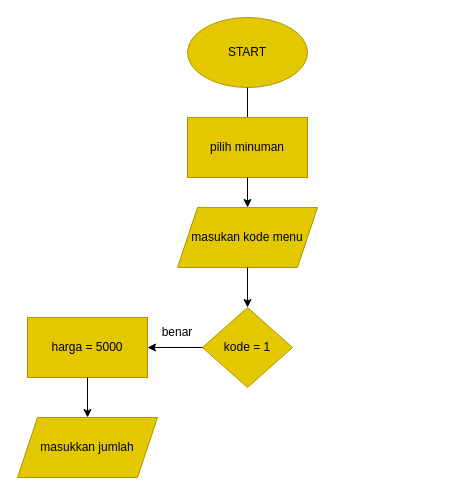
Before: flowchart.drawio in Alditdit/Alditya_Dwinata-Order_minuman_online, a draw.io diagram. Source tidied: cells renumbered, new cells numbered last; positions are measured from the earlier drawing's top-left corner, leaving out a move shared by most shapes. Both pictures are drawn from the tidied source at 100%, with x=0, y=0 at pixel (17, 17).
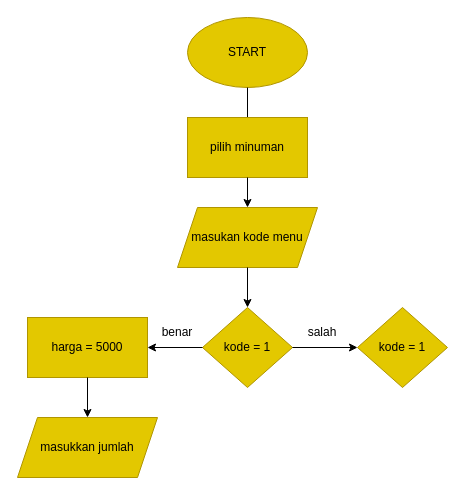
Above is the later version.

Commit message:
pengkondisian jika jawaban salah

Change to the diagram source:
```diff
@@
 <mxGraphModel>
   <root>
     <mxCell id="0" />
     <mxCell id="1" parent="0" />
     <mxCell id="2" value="START" style="ellipse;whiteSpace=wrap;html=1;fillColor=#e3c800;strokeColor=#B09500;fontColor=#000000;" parent="1" vertex="1">
       <mxGeometry x="170" width="120" height="70" as="geometry" />
     </mxCell>
     <mxCell id="3" style="endArrow=classic;html=1;exitX=0.5;exitY=1;exitDx=0;exitDy=0;" parent="1" edge="1" source="2">
       <mxGeometry relative="1" as="geometry">
         <mxPoint x="230" y="120" as="targetPoint" />
       </mxGeometry>
     </mxCell>
     <mxCell id="4" value="pilih minuman" style="rounded=0;whiteSpace=wrap;html=1;fillColor=#e3c800;fontColor=#000000;strokeColor=#B09500;" parent="1" vertex="1">
       <mxGeometry x="170" y="100" width="120" height="60" as="geometry" />
     </mxCell>
     <mxCell id="5" style="endArrow=classic;html=1;exitX=0.5;exitY=1;exitDx=0;exitDy=0;" parent="1" edge="1" source="4">
       <mxGeometry relative="1" as="geometry">
         <mxPoint x="230" y="190" as="targetPoint" />
       </mxGeometry>
     </mxCell>
     <mxCell id="6" value="&lt;div&gt;&lt;span&gt;masukan kode menu&lt;/span&gt;&lt;/div&gt;" style="shape=parallelogram;perimeter=parallelogramPerimeter;whiteSpace=wrap;html=1;fixedSize=1;fillColor=#e3c800;fontColor=#000000;strokeColor=#B09500;align=center;" parent="1" vertex="1">
       <mxGeometry x="160" y="190" width="140" height="60" as="geometry" />
     </mxCell>
     <mxCell id="7" value="kode = 1" style="rhombus;whiteSpace=wrap;html=1;fillColor=#e3c800;fontColor=#000000;strokeColor=#B09500;" parent="1" vertex="1">
       <mxGeometry x="185" y="290" width="90" height="80" as="geometry" />
     </mxCell>
     <mxCell id="8" style="endArrow=classic;html=1;exitX=0.5;exitY=1;exitDx=0;exitDy=0;entryX=0.5;entryY=0;entryDx=0;entryDy=0;" parent="1" edge="1" source="6" target="7">
       <mxGeometry relative="1" as="geometry" />
     </mxCell>
     <mxCell id="9" style="endArrow=classic;html=1;exitX=0;exitY=0.5;exitDx=0;exitDy=0;" parent="1" edge="1" source="7">
       <mxGeometry relative="1" as="geometry">
         <mxPoint x="130" y="330" as="targetPoint" />
       </mxGeometry>
     </mxCell>
     <mxCell id="10" value="harga = 5000" style="rounded=0;whiteSpace=wrap;html=1;fillColor=#e3c800;fontColor=#000000;strokeColor=#B09500;" parent="1" vertex="1">
       <mxGeometry x="10" y="300" width="120" height="60" as="geometry" />
     </mxCell>
     <mxCell id="11" value="masukkan jumlah" style="shape=parallelogram;perimeter=parallelogramPerimeter;whiteSpace=wrap;html=1;fixedSize=1;fillColor=#e3c800;fontColor=#000000;strokeColor=#B09500;align=center;" parent="1" vertex="1">
       <mxGeometry y="400" width="140" height="60" as="geometry" />
     </mxCell>
     <mxCell id="12" style="endArrow=classic;html=1;exitX=0.5;exitY=1;exitDx=0;exitDy=0;entryX=0.5;entryY=0;entryDx=0;entryDy=0;" parent="1" edge="1" source="10" target="11">
       <mxGeometry relative="1" as="geometry" />
     </mxCell>
     <mxCell id="13" value="benar" style="text;html=1;strokeColor=none;fillColor=none;align=center;verticalAlign=middle;whiteSpace=wrap;rounded=0;" parent="1" vertex="1">
       <mxGeometry x="130" y="300" width="60" height="30" as="geometry" />
     </mxCell>
+    <mxCell id="14" style="endArrow=classic;html=1;exitX=1;exitY=0.5;exitDx=0;exitDy=0;entryX=0;entryY=0.5;entryDx=0;entryDy=0;" parent="1" edge="1" source="7" target="16">
+      <mxGeometry relative="1" as="geometry" />
+    </mxCell>
+    <mxCell id="15" value="salah" style="text;html=1;strokeColor=none;fillColor=none;align=center;verticalAlign=middle;whiteSpace=wrap;rounded=0;" parent="1" vertex="1">
+      <mxGeometry x="275" y="300" width="60" height="30" as="geometry" />
+    </mxCell>
+    <mxCell id="16" value="kode = 1" style="rhombus;whiteSpace=wrap;html=1;fillColor=#e3c800;fontColor=#000000;strokeColor=#B09500;" parent="1" vertex="1">
+      <mxGeometry x="340" y="290" width="90" height="80" as="geometry" />
+    </mxCell>
   </root>
 </mxGraphModel>
```
